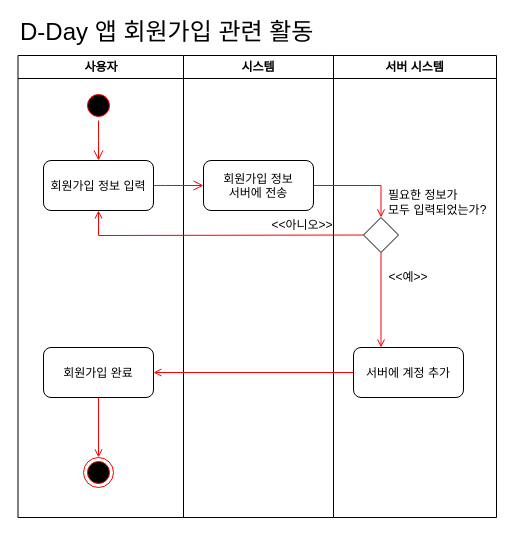
This is activity diagram - register.drawio from baechuTree/softwareEngineering, a draw.io file, before an edit. Source tidied: cells renumbered, new cells numbered last; positions are measured from the earlier drawing's top-left corner, leaving out a move shared by most shapes. Both pictures are drawn from the tidied source at 100%, with x=0, y=0 at pixel (17, 17).
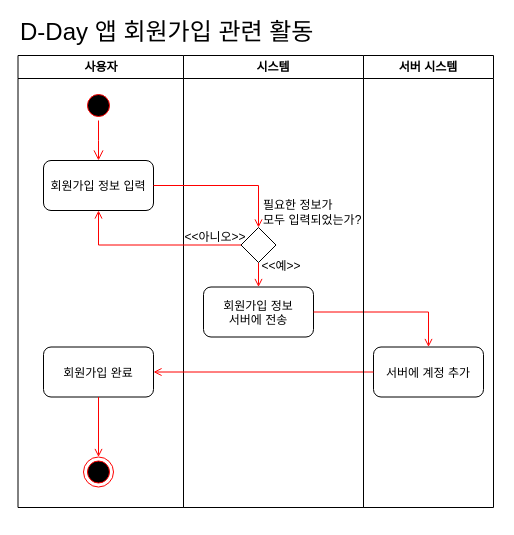
The same diagram, later.

The change refers to these unchanged cells:
```xml
<mxCell id="5" value="회원가입 정보 입력" style="rounded=1;" parent="2" vertex="1">
  <mxGeometry x="25.5" y="105" width="110" height="50" as="geometry" />
</mxCell>
```

The edit, as a diff of the source:
```diff
@@
     <mxCell id="2" value="사용자" style="swimlane;whiteSpace=wrap;startSize=23;" parent="1" vertex="1">
-      <mxGeometry x="0.5" y="38" width="165.5" height="462" as="geometry" />
+      <mxGeometry x="0.5" y="38" width="165.5" height="452" as="geometry" />
     </mxCell>
@@
+    <mxCell id="9" value="시스템" style="swimlane;whiteSpace=wrap;" parent="1" vertex="1">
+      <mxGeometry x="166" y="38" width="180" height="452" as="geometry" />
+    </mxCell>
-    <mxCell id="6" value="회원가입 완료" style="rounded=1;" parent="2" vertex="1">
-      <mxGeometry x="25.5" y="292" width="110" height="50" as="geometry" />
+    <mxCell id="6" value="회원가입 완료" style="rounded=1;" parent="9" vertex="1">
+      <mxGeometry x="-140" y="291.5" width="110" height="50" as="geometry" />
     </mxCell>
-    <mxCell id="7" style="ellipse;shape=endState;fillColor=#000000;strokeColor=#ff0000;" parent="2" vertex="1">
-      <mxGeometry x="65.5" y="402" width="30" height="30" as="geometry" />
+    <mxCell id="7" style="ellipse;shape=endState;fillColor=#000000;strokeColor=#ff0000;" parent="9" vertex="1">
+      <mxGeometry x="-100" y="401.5" width="30" height="30" as="geometry" />
     </mxCell>
-    <mxCell id="8" style="endArrow=open;strokeColor=#FF0000;endFill=1;rounded=0;entryX=0.5;entryY=0;entryDx=0;entryDy=0;exitX=0.5;exitY=1;exitDx=0;exitDy=0;" parent="2" edge="1" source="6" target="7">
+    <mxCell id="8" style="endArrow=open;strokeColor=#FF0000;endFill=1;rounded=0;entryX=0.5;entryY=0;entryDx=0;entryDy=0;exitX=0.5;exitY=1;exitDx=0;exitDy=0;" parent="9" edge="1" source="6" target="7">
       <mxGeometry relative="1" as="geometry" />
     </mxCell>
-    <mxCell id="9" value="시스템" style="swimlane;whiteSpace=wrap;" parent="1" vertex="1">
-      <mxGeometry x="166" y="38" width="150" height="462" as="geometry" />
-    </mxCell>
     <mxCell id="10" value="회원가입 정보&#10;서버에 전송" style="rounded=1;" parent="9" vertex="1">
-      <mxGeometry x="20" y="105" width="110" height="50" as="geometry" />
+      <mxGeometry x="20" y="231.5" width="110" height="50" as="geometry" />
     </mxCell>
+    <mxCell id="17" style="endArrow=open;strokeColor=#FF0000;endFill=1;rounded=0;entryX=0.5;entryY=0;entryDx=0;entryDy=0;exitX=0.5;exitY=1;exitDx=0;exitDy=0;" parent="9" edge="1" source="16" target="10">
+      <mxGeometry relative="1" as="geometry" />
+    </mxCell>
+    <mxCell id="15" value="서버에 계정 추가" style="rounded=1;" parent="9" vertex="1">
+      <mxGeometry x="190" y="291.5" width="110" height="50" as="geometry" />
+    </mxCell>
+    <mxCell id="21" style="endArrow=open;strokeColor=#FF0000;endFill=1;rounded=0;entryX=1;entryY=0.5;entryDx=0;entryDy=0;exitX=0;exitY=0.5;exitDx=0;exitDy=0;" parent="9" edge="1" source="15" target="6">
+      <mxGeometry relative="1" as="geometry" />
+    </mxCell>
+    <mxCell id="23" style="edgeStyle=orthogonalEdgeStyle;rounded=0;jettySize=auto;html=1;endArrow=open;endFill=0;strokeColor=#FF0000;entryX=0.5;entryY=0;entryDx=0;entryDy=0;exitX=1;exitY=0.5;exitDx=0;exitDy=0;" parent="9" edge="1" source="10" target="15">
+      <mxGeometry relative="1" as="geometry" />
+    </mxCell>
+    <mxCell id="16" style="rhombus;whiteSpace=wrap;html=1;" parent="9" vertex="1">
+      <mxGeometry x="57.5" y="172" width="35" height="35" as="geometry" />
+    </mxCell>
+    <mxCell id="12" value="&amp;lt;&amp;lt;예&amp;gt;&amp;gt;" style="text;html=1;align=center;verticalAlign=middle;whiteSpace=wrap;rounded=0;" parent="9" vertex="1">
+      <mxGeometry x="53" y="196" width="90" height="30" as="geometry" />
+    </mxCell>
     <mxCell id="11" value="&amp;lt;&amp;lt;아니오&amp;gt;&amp;gt;" style="text;html=1;align=center;verticalAlign=middle;whiteSpace=wrap;rounded=0;" parent="9" vertex="1">
-      <mxGeometry x="74" y="155" width="90" height="30" as="geometry" />
+      <mxGeometry x="-13" y="167" width="90" height="30" as="geometry" />
     </mxCell>
-    <mxCell id="12" value="&amp;lt;&amp;lt;예&amp;gt;&amp;gt;" style="text;html=1;align=center;verticalAlign=middle;whiteSpace=wrap;rounded=0;" parent="9" vertex="1">
-      <mxGeometry x="180" y="207" width="90" height="30" as="geometry" />
-    </mxCell>
+    <mxCell id="18" value="필요한 정보가&lt;div&gt;모두 입력되었는가?&lt;/div&gt;" style="text;html=1;align=left;verticalAlign=middle;whiteSpace=wrap;rounded=0;" parent="9" vertex="1">
+      <mxGeometry x="78" y="142" width="102" height="30" as="geometry" />
+    </mxCell>
@@
     <mxCell id="14" value="서버 시스템" style="swimlane;whiteSpace=wrap;startSize=23;" parent="1" vertex="1">
-      <mxGeometry x="316" y="38" width="163" height="462" as="geometry" />
+      <mxGeometry x="346" y="38" width="130" height="452" as="geometry" />
     </mxCell>
-    <mxCell id="15" value="서버에 계정 추가" style="rounded=1;" parent="14" vertex="1">
-      <mxGeometry x="20" y="292" width="110" height="50" as="geometry" />
-    </mxCell>
-    <mxCell id="16" style="rhombus;whiteSpace=wrap;html=1;" parent="14" vertex="1">
-      <mxGeometry x="30" y="162" width="35" height="35" as="geometry" />
-    </mxCell>
-    <mxCell id="17" style="endArrow=open;strokeColor=#FF0000;endFill=1;rounded=0;entryX=0.25;entryY=0;entryDx=0;entryDy=0;exitX=0.5;exitY=1;exitDx=0;exitDy=0;" parent="14" edge="1" source="16" target="15">
-      <mxGeometry relative="1" as="geometry" />
-    </mxCell>
-    <mxCell id="18" value="필요한 정보가&lt;div&gt;모두 입력되었는가?&lt;/div&gt;" style="text;html=1;align=left;verticalAlign=middle;whiteSpace=wrap;rounded=0;" parent="14" vertex="1">
-      <mxGeometry x="53" y="132" width="110" height="30" as="geometry" />
-    </mxCell>
-    <mxCell id="19" style="edgeStyle=none;curved=1;rounded=0;jettySize=auto;html=1;fontSize=12;startSize=8;endSize=8;strokeColor=#FF0000;endArrow=open;endFill=0;" parent="1" edge="1" source="5" target="10">
-      <mxGeometry relative="1" as="geometry" />
-    </mxCell>
-    <mxCell id="20" style="endArrow=open;strokeColor=#FF0000;endFill=1;rounded=0;entryX=0.5;entryY=1;entryDx=0;entryDy=0;exitX=0;exitY=0.5;exitDx=0;exitDy=0;" parent="1" edge="1" source="16" target="5">
-      <mxGeometry relative="1" as="geometry">
-        <Array as="points">
-          <mxPoint x="81" y="218" />
-        </Array>
-      </mxGeometry>
+    <mxCell id="20" style="endArrow=open;strokeColor=#FF0000;endFill=1;rounded=0;entryX=0.5;entryY=1;entryDx=0;entryDy=0;exitX=0;exitY=0.5;exitDx=0;exitDy=0;edgeStyle=orthogonalEdgeStyle;" parent="1" edge="1" source="16" target="5">
+      <mxGeometry relative="1" as="geometry" />
     </mxCell>
-    <mxCell id="21" style="endArrow=open;strokeColor=#FF0000;endFill=1;rounded=0;entryX=1;entryY=0.5;entryDx=0;entryDy=0;exitX=0;exitY=0.5;exitDx=0;exitDy=0;" parent="1" edge="1" source="15" target="6">
-      <mxGeometry relative="1" as="geometry" />
-    </mxCell>
-    <mxCell id="22" style="edgeStyle=orthogonalEdgeStyle;rounded=0;jettySize=auto;html=1;endArrow=open;endFill=0;strokeColor=#FF0000;entryX=0.5;entryY=0;entryDx=0;entryDy=0;" parent="1" edge="1" source="10" target="16">
+    <mxCell id="22" style="edgeStyle=orthogonalEdgeStyle;rounded=0;jettySize=auto;html=1;endArrow=open;endFill=0;strokeColor=#FF0000;entryX=0.5;entryY=0;entryDx=0;entryDy=0;exitX=1;exitY=0.5;exitDx=0;exitDy=0;" parent="1" edge="1" source="5" target="16">
       <mxGeometry relative="1" as="geometry" />
     </mxCell>
```
